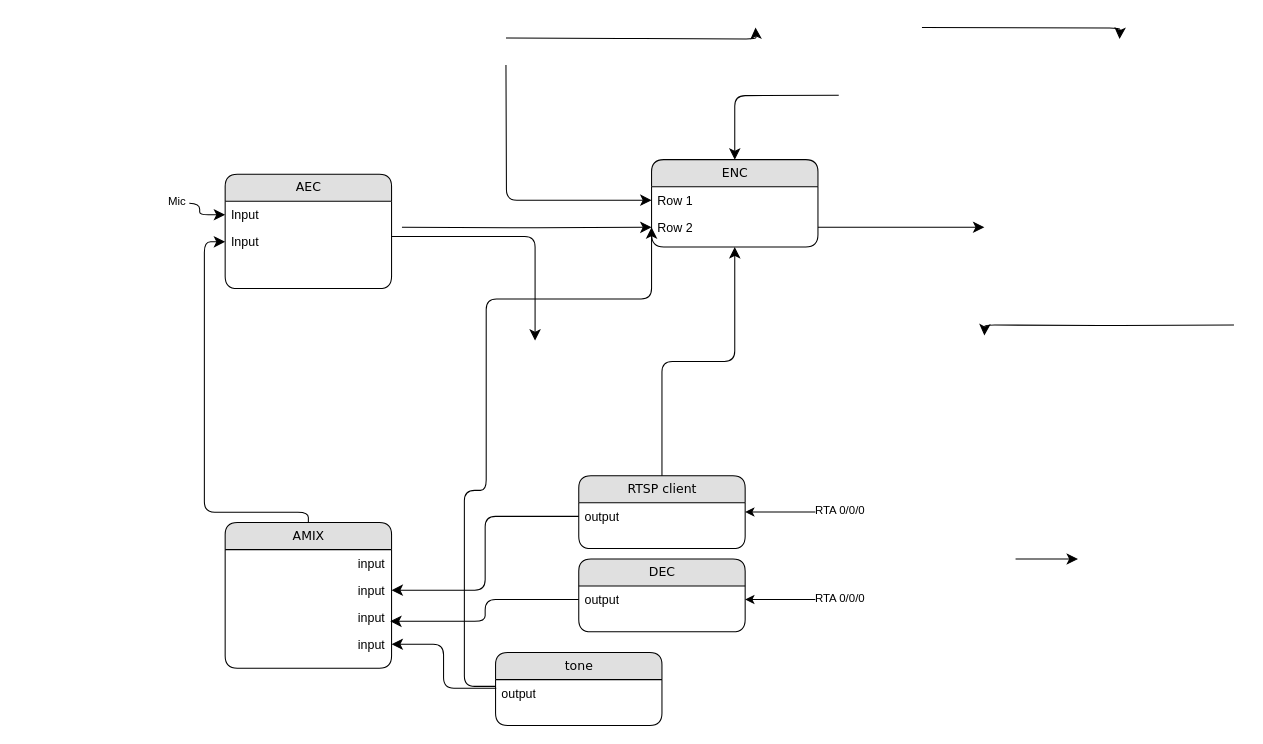
Before: draw.io/phcc1000_aec.drawio in doyoulikerock/help, a draw.io diagram. Source tidied: cells renumbered, new cells numbered last; positions are measured from the earlier drawing's top-left corner, leaving out a move shared by most shapes. Both pictures are drawn from the tidied source at 104%, with x=0, y=0 at pixel (173, 27).
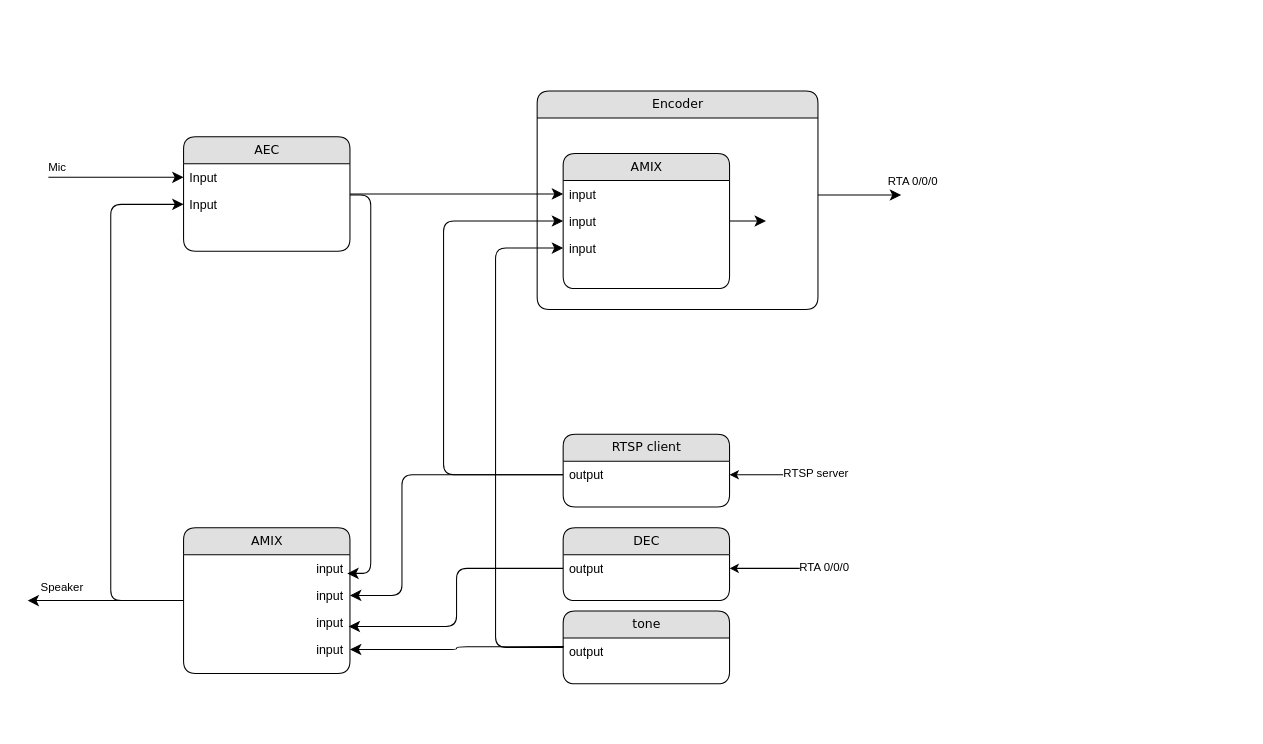
After the change.

Unchanged cells that the change refers to:
```xml
<mxCell id="3" value="Input" style="text;html=1;strokeColor=none;fillColor=none;spacingLeft=4;spacingRight=4;whiteSpace=wrap;overflow=hidden;points=[[0,0.5],[1,0.5]];portConstraint=eastwest;" parent="2" vertex="1">
  <mxGeometry y="26" width="160" height="26" as="geometry" />
</mxCell>
<mxCell id="4" value="Input" style="text;html=1;strokeColor=none;fillColor=none;spacingLeft=4;spacingRight=4;whiteSpace=wrap;overflow=hidden;points=[[0,0.5],[1,0.5]];portConstraint=eastwest;" parent="2" vertex="1">
  <mxGeometry y="52" width="160" height="26" as="geometry" />
</mxCell>
<mxCell id="6" value="input" style="text;html=1;strokeColor=none;fillColor=none;spacingLeft=4;spacingRight=4;whiteSpace=wrap;overflow=hidden;points=[[0,0.5],[1,0.5]];portConstraint=eastwest;align=right;" parent="5" vertex="1">
  <mxGeometry y="26" width="160" height="26" as="geometry" />
</mxCell>
<mxCell id="7" value="input" style="text;html=1;strokeColor=none;fillColor=none;spacingLeft=4;spacingRight=4;whiteSpace=wrap;overflow=hidden;points=[[0,0.5],[1,0.5]];portConstraint=eastwest;align=right;" parent="5" vertex="1">
  <mxGeometry y="52" width="160" height="26" as="geometry" />
</mxCell>
<mxCell id="8" value="input" style="text;html=1;strokeColor=none;fillColor=none;spacingLeft=4;spacingRight=4;whiteSpace=wrap;overflow=hidden;points=[[0,0.5],[1,0.5]];portConstraint=eastwest;align=right;" parent="5" vertex="1">
  <mxGeometry y="78" width="160" height="26" as="geometry" />
</mxCell>
<mxCell id="9" value="input" style="text;html=1;strokeColor=none;fillColor=none;spacingLeft=4;spacingRight=4;whiteSpace=wrap;overflow=hidden;points=[[0,0.5],[1,0.5]];portConstraint=eastwest;align=right;" parent="5" vertex="1">
  <mxGeometry y="104" width="160" height="26" as="geometry" />
</mxCell>
<mxCell id="30" value="output&lt;div&gt;&lt;br&gt;&lt;/div&gt;" style="text;html=1;strokeColor=none;fillColor=none;spacingLeft=4;spacingRight=4;whiteSpace=wrap;overflow=hidden;points=[[0,0.5],[1,0.5]];portConstraint=eastwest;" parent="29" vertex="1">
  <mxGeometry y="26" width="160" height="26" as="geometry" />
</mxCell>
```

What changed in the source:
```diff
@@
+    <mxCell id="40" value="Encoder" style="swimlane;html=1;fontStyle=0;horizontal=1;startSize=26;fillColor=#e0e0e0;swimlaneFillColor=#ffffff;align=center;rounded=1;shadow=0;comic=0;labelBackgroundColor=none;strokeWidth=1;fontFamily=Verdana;fontSize=12;" parent="1" vertex="1">
+      <mxGeometry x="350" y="61" width="270" height="210" as="geometry" />
+    </mxCell>
     <mxCell id="2" value="AEC" style="swimlane;html=1;fontStyle=0;horizontal=1;startSize=26;fillColor=#e0e0e0;swimlaneFillColor=#ffffff;align=center;rounded=1;shadow=0;comic=0;labelBackgroundColor=none;strokeWidth=1;fontFamily=Verdana;fontSize=12;" parent="1" vertex="1">
-      <mxGeometry x="50" y="141" width="160" height="110" as="geometry" />
+      <mxGeometry x="10" y="105" width="160" height="110" as="geometry" />
     </mxCell>
@@
     <mxCell id="5" value="AMIX" style="swimlane;html=1;fontStyle=0;horizontal=1;startSize=26;fillColor=#e0e0e0;swimlaneFillColor=#ffffff;align=center;rounded=1;shadow=0;comic=0;labelBackgroundColor=none;strokeWidth=1;fontFamily=Verdana;fontSize=12;" parent="1" vertex="1">
-      <mxGeometry x="50" y="476" width="160" height="140" as="geometry" />
+      <mxGeometry x="10" y="481" width="160" height="140" as="geometry" />
     </mxCell>
@@
-    <mxCell id="10" value="ENC" style="swimlane;html=1;fontStyle=0;horizontal=1;startSize=26;fillColor=#e0e0e0;swimlaneFillColor=#ffffff;align=center;rounded=1;shadow=0;comic=0;labelBackgroundColor=none;strokeWidth=1;fontFamily=Verdana;fontSize=12;" parent="1" vertex="1">
-      <mxGeometry x="460" y="127" width="160" height="84" as="geometry" />
+    <mxCell id="10" value="AMIX" style="swimlane;html=1;fontStyle=0;horizontal=1;startSize=26;fillColor=#e0e0e0;swimlaneFillColor=#ffffff;align=center;rounded=1;shadow=0;comic=0;labelBackgroundColor=none;strokeWidth=1;fontFamily=Verdana;fontSize=12;" parent="1" vertex="1">
+      <mxGeometry x="375" y="121" width="160" height="130" as="geometry" />
     </mxCell>
-    <mxCell id="11" value="Row 1" style="text;html=1;strokeColor=none;fillColor=none;spacingLeft=4;spacingRight=4;whiteSpace=wrap;overflow=hidden;points=[[0,0.5],[1,0.5]];portConstraint=eastwest;" parent="10" vertex="1">
+    <mxCell id="11" value="input&lt;div&gt;&lt;br&gt;&lt;/div&gt;" style="text;html=1;strokeColor=none;fillColor=none;spacingLeft=4;spacingRight=4;whiteSpace=wrap;overflow=hidden;points=[[0,0.5],[1,0.5]];portConstraint=eastwest;" parent="10" vertex="1">
       <mxGeometry y="26" width="160" height="26" as="geometry" />
     </mxCell>
-    <mxCell id="12" value="Row 2" style="text;html=1;strokeColor=none;fillColor=none;spacingLeft=4;spacingRight=4;whiteSpace=wrap;overflow=hidden;points=[[0,0.5],[1,0.5]];portConstraint=eastwest;" parent="10" vertex="1">
+    <mxCell id="12" value="input&lt;div&gt;&lt;br&gt;&lt;/div&gt;" style="text;html=1;strokeColor=none;fillColor=none;spacingLeft=4;spacingRight=4;whiteSpace=wrap;overflow=hidden;points=[[0,0.5],[1,0.5]];portConstraint=eastwest;" parent="10" vertex="1">
       <mxGeometry y="52" width="160" height="26" as="geometry" />
     </mxCell>
-    <mxCell id="13" value="RTSP client" style="swimlane;html=1;fontStyle=0;horizontal=1;startSize=26;fillColor=#e0e0e0;swimlaneFillColor=#ffffff;align=center;rounded=1;shadow=0;comic=0;labelBackgroundColor=none;strokeWidth=1;fontFamily=Verdana;fontSize=12;" parent="1" vertex="1">
-      <mxGeometry x="390" y="431" width="160" height="70" as="geometry" />
-    </mxCell>
-    <mxCell id="14" value="output&lt;div&gt;&lt;br&gt;&lt;/div&gt;" style="text;html=1;strokeColor=none;fillColor=none;spacingLeft=4;spacingRight=4;whiteSpace=wrap;overflow=hidden;points=[[0,0.5],[1,0.5]];portConstraint=eastwest;" parent="13" vertex="1">
-      <mxGeometry y="26" width="160" height="26" as="geometry" />
-    </mxCell>
+    <mxCell id="41" value="input&lt;div&gt;&lt;br&gt;&lt;/div&gt;" style="text;html=1;strokeColor=none;fillColor=none;spacingLeft=4;spacingRight=4;whiteSpace=wrap;overflow=hidden;points=[[0,0.5],[1,0.5]];portConstraint=eastwest;" parent="10" vertex="1">
+      <mxGeometry y="78" width="160" height="26" as="geometry" />
+    </mxCell>
-    <mxCell id="15" style="edgeStyle=orthogonalEdgeStyle;html=1;labelBackgroundColor=none;startFill=0;startSize=8;endFill=1;endSize=8;fontFamily=Verdana;fontSize=12;entryX=0;entryY=0.5;entryDx=0;entryDy=0;" parent="1" edge="1" source="5" target="4">
+    <mxCell id="15" style="edgeStyle=orthogonalEdgeStyle;html=1;labelBackgroundColor=none;startFill=0;startSize=8;endFill=1;endSize=8;fontFamily=Verdana;fontSize=12;" parent="1" edge="1" target="4">
       <mxGeometry relative="1" as="geometry">
+        <mxPoint y="551" as="sourcePoint" />
         <Array as="points">
-          <mxPoint x="130" y="466" />
-          <mxPoint x="30" y="466" />
-          <mxPoint x="30" y="206" />
+          <mxPoint x="-60" y="551" />
+          <mxPoint x="-60" y="170" />
         </Array>
       </mxGeometry>
     </mxCell>
-    <mxCell id="16" style="edgeStyle=orthogonalEdgeStyle;html=1;labelBackgroundColor=none;startFill=0;startSize=8;endFill=1;endSize=8;fontFamily=Verdana;fontSize=12;" parent="1" edge="1" source="2">
+    <mxCell id="16" style="edgeStyle=orthogonalEdgeStyle;html=1;labelBackgroundColor=none;startFill=0;startSize=8;endFill=1;endSize=8;fontFamily=Verdana;fontSize=12;entryX=0.984;entryY=0.686;entryDx=0;entryDy=0;entryPerimeter=0;" parent="1" edge="1" source="2" target="6">
       <mxGeometry relative="1" as="geometry">
-        <mxPoint x="348" y="301" as="targetPoint" />
         <Array as="points">
-          <mxPoint x="348" y="201" />
+          <mxPoint x="190" y="161" />
+          <mxPoint x="190" y="525" />
         </Array>
       </mxGeometry>
     </mxCell>
-    <mxCell id="17" style="edgeStyle=orthogonalEdgeStyle;html=1;labelBackgroundColor=none;startFill=0;startSize=8;endFill=1;endSize=8;fontFamily=Verdana;fontSize=12;" parent="1" edge="1" source="13" target="10">
-      <mxGeometry relative="1" as="geometry" />
-    </mxCell>
-    <mxCell id="18" style="edgeStyle=orthogonalEdgeStyle;html=1;labelBackgroundColor=none;startFill=0;startSize=8;endFill=1;endSize=8;fontFamily=Verdana;fontSize=12;" parent="1" edge="1" target="10">
-      <mxGeometry relative="1" as="geometry">
-        <mxPoint x="640" y="65" as="sourcePoint" />
-      </mxGeometry>
-    </mxCell>
-    <mxCell id="19" style="edgeStyle=orthogonalEdgeStyle;html=1;entryX=0;entryY=0.5;labelBackgroundColor=none;startFill=0;startSize=8;endFill=1;endSize=8;fontFamily=Verdana;fontSize=12;exitX=1;exitY=0.5;" parent="1" edge="1">
-      <mxGeometry relative="1" as="geometry">
-        <mxPoint x="320" y="10" as="sourcePoint" />
-        <mxPoint x="560" as="targetPoint" />
-      </mxGeometry>
-    </mxCell>
-    <mxCell id="20" style="edgeStyle=orthogonalEdgeStyle;html=1;exitX=0;exitY=0.5;entryX=1;entryY=0.5;labelBackgroundColor=none;startFill=0;startSize=8;endFill=1;endSize=8;fontFamily=Verdana;fontSize=12;" parent="1" edge="1">
-      <mxGeometry relative="1" as="geometry">
-        <mxPoint x="1020" y="286" as="sourcePoint" />
-        <mxPoint x="780" y="296" as="targetPoint" />
-      </mxGeometry>
-    </mxCell>
-    <mxCell id="21" style="edgeStyle=orthogonalEdgeStyle;html=1;exitX=1;exitY=0.5;entryX=0;entryY=0.5;labelBackgroundColor=none;startFill=0;startSize=8;endFill=1;endSize=8;fontFamily=Verdana;fontSize=12;" parent="1" edge="1" target="11">
-      <mxGeometry relative="1" as="geometry">
-        <mxPoint x="320" y="36" as="sourcePoint" />
-      </mxGeometry>
-    </mxCell>
-    <mxCell id="22" style="edgeStyle=orthogonalEdgeStyle;html=1;exitX=1;exitY=0.5;entryX=0;entryY=0.5;labelBackgroundColor=none;startFill=0;startSize=8;endFill=1;endSize=8;fontFamily=Verdana;fontSize=12;" parent="1" edge="1" target="12">
-      <mxGeometry relative="1" as="geometry">
-        <mxPoint x="220" y="192" as="sourcePoint" />
-      </mxGeometry>
+    <mxCell id="22" style="edgeStyle=orthogonalEdgeStyle;html=1;labelBackgroundColor=none;startFill=0;startSize=8;endFill=1;endSize=8;fontFamily=Verdana;fontSize=12;" parent="1" edge="1" source="2" target="11">
+      <mxGeometry relative="1" as="geometry" />
     </mxCell>
     <mxCell id="23" style="edgeStyle=orthogonalEdgeStyle;html=1;labelBackgroundColor=none;startFill=0;startSize=8;endFill=1;endSize=8;fontFamily=Verdana;fontSize=12;" parent="1" edge="1" source="12">
       <mxGeometry relative="1" as="geometry">
-        <mxPoint x="780" y="192" as="targetPoint" />
+        <mxPoint x="570" y="186" as="targetPoint" />
       </mxGeometry>
     </mxCell>
     <mxCell id="24" style="edgeStyle=orthogonalEdgeStyle;html=1;labelBackgroundColor=none;startFill=0;startSize=8;endFill=1;endSize=8;fontFamily=Verdana;fontSize=12;entryX=1;entryY=0.5;entryDx=0;entryDy=0;" parent="1" edge="1" source="14" target="7">
-      <mxGeometry relative="1" as="geometry" />
+      <mxGeometry relative="1" as="geometry">
+        <Array as="points">
+          <mxPoint x="220" y="430" />
+          <mxPoint x="220" y="546" />
+        </Array>
+      </mxGeometry>
     </mxCell>
-    <mxCell id="25" style="edgeStyle=orthogonalEdgeStyle;html=1;exitX=1;exitY=0.5;labelBackgroundColor=none;startFill=0;startSize=8;endFill=1;endSize=8;fontFamily=Verdana;fontSize=12;" parent="1" edge="1" target="3">
+    <mxCell id="25" style="edgeStyle=orthogonalEdgeStyle;html=1;labelBackgroundColor=none;startFill=0;startSize=8;endFill=1;endSize=8;fontFamily=Verdana;fontSize=12;" parent="1" edge="1" target="3">
       <mxGeometry relative="1" as="geometry">
-        <mxPoint y="168.7" as="sourcePoint" />
+        <mxPoint x="-120" y="144" as="sourcePoint" />
+        <Array as="points">
+          <mxPoint x="-120" y="144" />
+        </Array>
       </mxGeometry>
     </mxCell>
     <mxCell id="26" value="Mic&amp;nbsp;" style="edgeLabel;html=1;align=center;verticalAlign=middle;" parent="25" vertex="1">
-      <mxGeometry x="-0.86" y="2" relative="1" as="geometry" />
+      <mxGeometry x="-0.86" y="2" relative="1" as="geometry">
+        <mxPoint y="-9" as="offset" />
+      </mxGeometry>
     </mxCell>
-    <mxCell id="27" style="edgeStyle=orthogonalEdgeStyle;html=1;exitX=1;exitY=0.5;labelBackgroundColor=none;startFill=0;startSize=8;endFill=1;endSize=8;fontFamily=Verdana;fontSize=12;" parent="1" edge="1">
-      <mxGeometry relative="1" as="geometry">
-        <mxPoint x="720" as="sourcePoint" />
-        <mxPoint x="910" y="11" as="targetPoint" />
-      </mxGeometry>
-    </mxCell>
-    <mxCell id="28" style="edgeStyle=orthogonalEdgeStyle;html=1;exitX=1;exitY=0.5;labelBackgroundColor=none;startFill=0;startSize=8;endFill=1;endSize=8;fontFamily=Verdana;fontSize=12;" parent="1" edge="1">
+    <mxCell id="28" style="edgeStyle=orthogonalEdgeStyle;html=1;labelBackgroundColor=none;startFill=0;startSize=8;endFill=1;endSize=8;fontFamily=Verdana;fontSize=12;" parent="1" edge="1" source="5">
       <mxGeometry relative="1" as="geometry">
-        <mxPoint x="810" y="511" as="sourcePoint" />
-        <mxPoint x="870" y="511" as="targetPoint" />
+        <mxPoint x="-140" y="551" as="targetPoint" />
       </mxGeometry>
     </mxCell>
+    <mxCell id="42" value="Speaker" style="edgeLabel;html=1;align=center;verticalAlign=middle;" parent="28" vertex="1">
+      <mxGeometry x="0.07" y="1" relative="1" as="geometry">
+        <mxPoint x="-37" y="-15" as="offset" />
+      </mxGeometry>
+    </mxCell>
+    <mxCell id="33" style="edgeStyle=orthogonalEdgeStyle;html=1;labelBackgroundColor=none;startFill=0;startSize=8;endFill=1;endSize=8;fontFamily=Verdana;fontSize=12;entryX=0.992;entryY=0.651;entryDx=0;entryDy=0;entryPerimeter=0;" parent="1" edge="1" source="30" target="8">
+      <mxGeometry relative="1" as="geometry" />
+    </mxCell>
+    <mxCell id="34" value="tone" style="swimlane;html=1;fontStyle=0;horizontal=1;startSize=26;fillColor=#e0e0e0;swimlaneFillColor=#ffffff;align=center;rounded=1;shadow=0;comic=0;labelBackgroundColor=none;strokeWidth=1;fontFamily=Verdana;fontSize=12;" parent="1" vertex="1">
+      <mxGeometry x="375" y="561" width="160" height="70" as="geometry" />
+    </mxCell>
+    <mxCell id="35" value="output&lt;div&gt;&lt;br&gt;&lt;/div&gt;" style="text;html=1;strokeColor=none;fillColor=none;spacingLeft=4;spacingRight=4;whiteSpace=wrap;overflow=hidden;points=[[0,0.5],[1,0.5]];portConstraint=eastwest;" parent="34" vertex="1">
+      <mxGeometry y="26" width="160" height="26" as="geometry" />
+    </mxCell>
+    <mxCell id="36" style="edgeStyle=orthogonalEdgeStyle;html=1;labelBackgroundColor=none;startFill=0;startSize=8;endFill=1;endSize=8;fontFamily=Verdana;fontSize=12;exitX=0.004;exitY=0.318;exitDx=0;exitDy=0;exitPerimeter=0;entryX=1;entryY=0.5;entryDx=0;entryDy=0;" parent="1" edge="1" source="35" target="9">
+      <mxGeometry relative="1" as="geometry" />
+    </mxCell>
+    <mxCell id="39" style="edgeStyle=orthogonalEdgeStyle;html=1;labelBackgroundColor=none;startFill=0;startSize=8;endFill=1;endSize=8;fontFamily=Verdana;fontSize=12;entryX=0;entryY=0.5;entryDx=0;entryDy=0;" parent="1" edge="1" source="14" target="12">
+      <mxGeometry relative="1" as="geometry">
+        <Array as="points">
+          <mxPoint x="260" y="430" />
+          <mxPoint x="260" y="186" />
+        </Array>
+      </mxGeometry>
+    </mxCell>
+    <mxCell id="43" style="group;" parent="1" vertex="1">
+      <mxGeometry x="375" y="391" width="240" height="70" as="geometry" />
+    </mxCell>
+    <mxCell id="13" value="RTSP client" style="swimlane;html=1;fontStyle=0;horizontal=1;startSize=26;fillColor=#e0e0e0;swimlaneFillColor=#ffffff;align=center;rounded=1;shadow=0;comic=0;labelBackgroundColor=none;strokeWidth=1;fontFamily=Verdana;fontSize=12;" parent="43" vertex="1">
+      <mxGeometry width="160" height="70" as="geometry" />
+    </mxCell>
+    <mxCell id="14" value="output&lt;div&gt;&lt;br&gt;&lt;/div&gt;" style="text;html=1;strokeColor=none;fillColor=none;spacingLeft=4;spacingRight=4;whiteSpace=wrap;overflow=hidden;points=[[0,0.5],[1,0.5]];portConstraint=eastwest;" parent="13" vertex="1">
+      <mxGeometry y="26" width="160" height="26" as="geometry" />
+    </mxCell>
+    <mxCell id="37" style="endArrow=classic;html=1;rounded=0;entryX=1;entryY=0.5;entryDx=0;entryDy=0;" parent="43" edge="1" target="14">
+      <mxGeometry relative="1" as="geometry">
+        <mxPoint x="240" y="39" as="sourcePoint" />
+      </mxGeometry>
+    </mxCell>
+    <mxCell id="38" value="RTSP server" style="edgeLabel;html=1;align=center;verticalAlign=middle;" parent="37" vertex="1">
+      <mxGeometry x="-0.6" y="-2" relative="1" as="geometry">
+        <mxPoint x="18" as="offset" />
+      </mxGeometry>
+    </mxCell>
+    <mxCell id="44" style="group;" parent="1" vertex="1">
+      <mxGeometry x="375" y="481" width="250" height="70" as="geometry" />
+    </mxCell>
-    <mxCell id="29" value="DEC" style="swimlane;html=1;fontStyle=0;horizontal=1;startSize=26;fillColor=#e0e0e0;swimlaneFillColor=#ffffff;align=center;rounded=1;shadow=0;comic=0;labelBackgroundColor=none;strokeWidth=1;fontFamily=Verdana;fontSize=12;" parent="1" vertex="1">
-      <mxGeometry x="390" y="511" width="160" height="70" as="geometry" />
+    <mxCell id="29" value="DEC" style="swimlane;html=1;fontStyle=0;horizontal=1;startSize=26;fillColor=#e0e0e0;swimlaneFillColor=#ffffff;align=center;rounded=1;shadow=0;comic=0;labelBackgroundColor=none;strokeWidth=1;fontFamily=Verdana;fontSize=12;" parent="44" vertex="1">
+      <mxGeometry width="160" height="70" as="geometry" />
     </mxCell>
@@
-    <mxCell id="31" style="endArrow=classic;html=1;rounded=0;entryX=1;entryY=0.5;entryDx=0;entryDy=0;" parent="1" edge="1" target="30">
+    <mxCell id="31" style="endArrow=classic;html=1;rounded=0;entryX=1;entryY=0.5;entryDx=0;entryDy=0;" parent="44" edge="1" target="30">
       <mxGeometry relative="1" as="geometry">
-        <mxPoint x="640" y="550" as="sourcePoint" />
+        <mxPoint x="250" y="39" as="sourcePoint" />
       </mxGeometry>
     </mxCell>
@@
-    <mxCell id="33" style="edgeStyle=orthogonalEdgeStyle;html=1;labelBackgroundColor=none;startFill=0;startSize=8;endFill=1;endSize=8;fontFamily=Verdana;fontSize=12;entryX=0.992;entryY=0.651;entryDx=0;entryDy=0;entryPerimeter=0;" parent="1" edge="1" source="30" target="8">
-      <mxGeometry relative="1" as="geometry" />
-    </mxCell>
-    <mxCell id="34" value="tone" style="swimlane;html=1;fontStyle=0;horizontal=1;startSize=26;fillColor=#e0e0e0;swimlaneFillColor=#ffffff;align=center;rounded=1;shadow=0;comic=0;labelBackgroundColor=none;strokeWidth=1;fontFamily=Verdana;fontSize=12;" parent="1" vertex="1">
-      <mxGeometry x="310" y="601" width="160" height="70" as="geometry" />
-    </mxCell>
-    <mxCell id="35" value="output&lt;div&gt;&lt;br&gt;&lt;/div&gt;" style="text;html=1;strokeColor=none;fillColor=none;spacingLeft=4;spacingRight=4;whiteSpace=wrap;overflow=hidden;points=[[0,0.5],[1,0.5]];portConstraint=eastwest;" parent="34" vertex="1">
-      <mxGeometry y="26" width="160" height="26" as="geometry" />
-    </mxCell>
-    <mxCell id="36" style="edgeStyle=orthogonalEdgeStyle;html=1;labelBackgroundColor=none;startFill=0;startSize=8;endFill=1;endSize=8;fontFamily=Verdana;fontSize=12;exitX=0.004;exitY=0.318;exitDx=0;exitDy=0;exitPerimeter=0;entryX=1;entryY=0.5;entryDx=0;entryDy=0;" parent="1" edge="1" source="35" target="9">
-      <mxGeometry relative="1" as="geometry" />
-    </mxCell>
-    <mxCell id="37" style="endArrow=classic;html=1;rounded=0;entryX=1;entryY=0.5;entryDx=0;entryDy=0;" parent="1" edge="1">
-      <mxGeometry relative="1" as="geometry">
-        <mxPoint x="640" y="465.8" as="sourcePoint" />
-        <mxPoint x="550" y="465.8" as="targetPoint" />
-      </mxGeometry>
-    </mxCell>
-    <mxCell id="38" value="RTA 0/0/0" style="edgeLabel;html=1;align=center;verticalAlign=middle;" parent="37" vertex="1">
-      <mxGeometry x="-0.6" y="-2" relative="1" as="geometry">
-        <mxPoint x="18" as="offset" />
-      </mxGeometry>
-    </mxCell>
-    <mxCell id="39" style="edgeStyle=orthogonalEdgeStyle;html=1;labelBackgroundColor=none;startFill=0;startSize=8;endFill=1;endSize=8;fontFamily=Verdana;fontSize=12;exitX=0.002;exitY=0.249;exitDx=0;exitDy=0;exitPerimeter=0;entryX=0;entryY=0.5;entryDx=0;entryDy=0;" parent="1" edge="1" source="35" target="12">
-      <mxGeometry relative="1" as="geometry">
-        <Array as="points">
-          <mxPoint x="280" y="634" />
-          <mxPoint x="280" y="445" />
-          <mxPoint x="301" y="445" />
-          <mxPoint x="301" y="261" />
-          <mxPoint x="460" y="261" />
-        </Array>
-      </mxGeometry>
-    </mxCell>
+    <mxCell id="45" style="edgeStyle=orthogonalEdgeStyle;html=1;labelBackgroundColor=none;startFill=0;startSize=8;endFill=1;endSize=8;fontFamily=Verdana;fontSize=12;" parent="1" edge="1" source="34" target="41">
+      <mxGeometry relative="1" as="geometry">
+        <Array as="points">
+          <mxPoint x="310" y="596" />
+          <mxPoint x="310" y="212" />
+        </Array>
+      </mxGeometry>
+    </mxCell>
+    <mxCell id="46" style="edgeStyle=orthogonalEdgeStyle;html=1;labelBackgroundColor=none;startFill=0;startSize=8;endFill=1;endSize=8;fontFamily=Verdana;fontSize=12;" parent="1" edge="1">
+      <mxGeometry relative="1" as="geometry">
+        <mxPoint x="620" y="161" as="sourcePoint" />
+        <mxPoint x="700" y="161" as="targetPoint" />
+      </mxGeometry>
+    </mxCell>
+    <mxCell id="47" value="RTA 0/0/0" style="edgeLabel;html=1;align=center;verticalAlign=middle;" parent="46" vertex="1">
+      <mxGeometry x="0.88" y="1" relative="1" as="geometry">
+        <mxPoint x="15" y="-13" as="offset" />
+      </mxGeometry>
+    </mxCell>
```
